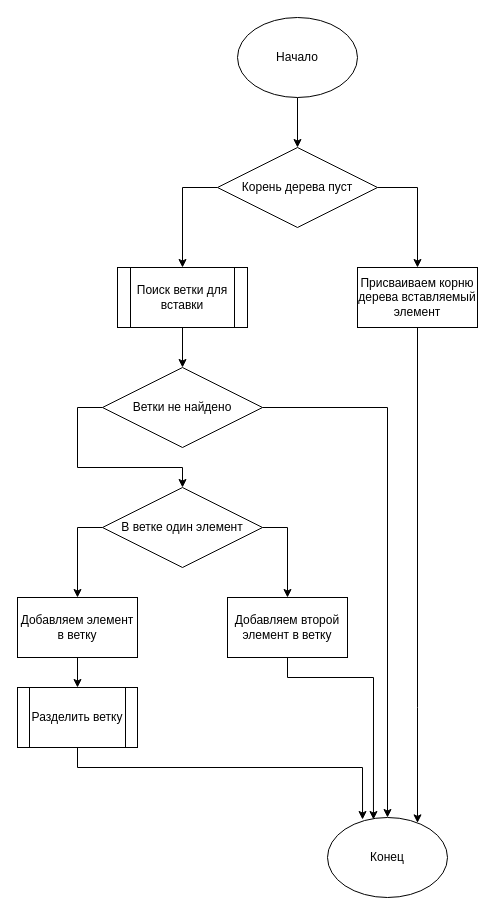
Above: Diograms/Insert.drawio in GREBIAR-Git/2-3Tree (draw.io), before the change. Source tidied: cells renumbered, new cells numbered last; positions are measured from the earlier drawing's top-left corner, leaving out a move shared by most shapes. Both pictures are drawn from the tidied source at 100%, with x=0, y=0 at pixel (17, 17).
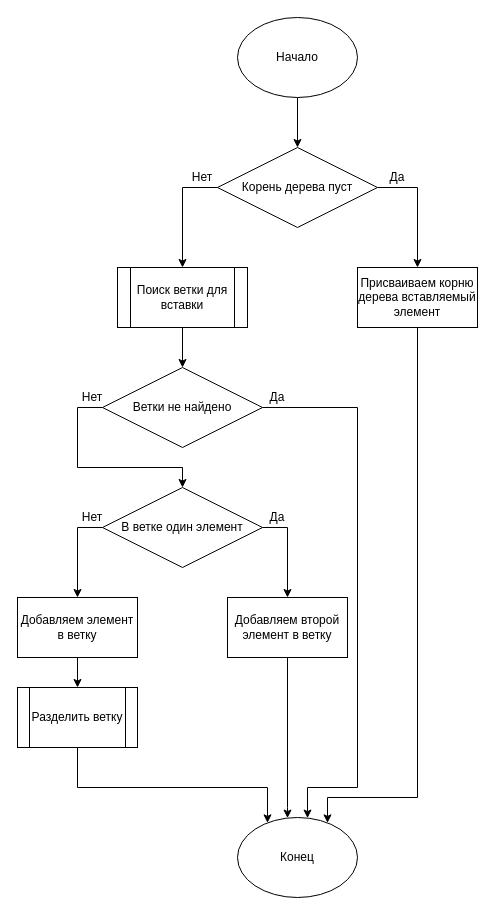
Above is the later version.

Unchanged cells that the change refers to:
```xml
<mxCell id="5" value="&lt;div&gt;Присваиваем корню дерева вставляемый элемент&lt;/div&gt;" style="rounded=0;whiteSpace=wrap;html=1;" parent="1" vertex="1">
  <mxGeometry x="340" y="250" width="120" height="60" as="geometry" />
</mxCell>
<mxCell id="13" value="Ветки не найдено" style="rhombus;whiteSpace=wrap;html=1;" parent="1" vertex="1">
  <mxGeometry x="85" y="350" width="160" height="80" as="geometry" />
</mxCell>
<mxCell id="20" value="Разделить ветку" style="shape=process;whiteSpace=wrap;html=1;backgroundOutline=1;" parent="1" vertex="1">
  <mxGeometry y="670" width="120" height="60" as="geometry" />
</mxCell>
<mxCell id="22" value="Добавляем второй элемент в ветку" style="rounded=0;whiteSpace=wrap;html=1;" parent="1" vertex="1">
  <mxGeometry x="210" y="580" width="120" height="60" as="geometry" />
</mxCell>
```

Change to the diagram source:
```diff
@@
     <mxCell id="4" style="edgeStyle=orthogonalEdgeStyle;rounded=0;jettySize=auto;html=1;" parent="1" edge="1" source="5" target="23">
       <mxGeometry relative="1" as="geometry">
         <Array as="points">
-          <mxPoint x="400" y="690" />
-          <mxPoint x="400" y="690" />
+          <mxPoint x="400" y="780" />
+          <mxPoint x="310" y="780" />
         </Array>
       </mxGeometry>
     </mxCell>
@@
     <mxCell id="12" style="edgeStyle=orthogonalEdgeStyle;rounded=0;jettySize=auto;html=1;" parent="1" edge="1" source="13" target="23">
       <mxGeometry relative="1" as="geometry">
         <Array as="points">
-          <mxPoint x="370" y="390" />
+          <mxPoint x="340" y="390" />
+          <mxPoint x="340" y="770" />
+          <mxPoint x="290" y="770" />
         </Array>
       </mxGeometry>
     </mxCell>
@@
-    <mxCell id="19" style="edgeStyle=orthogonalEdgeStyle;rounded=0;jettySize=auto;html=1;entryX=0.292;entryY=0.025;entryDx=0;entryDy=0;entryPerimeter=0;" parent="1" edge="1" source="20" target="23">
+    <mxCell id="19" style="edgeStyle=orthogonalEdgeStyle;rounded=0;jettySize=auto;html=1;" parent="1" edge="1" source="20" target="23">
       <mxGeometry relative="1" as="geometry">
         <Array as="points">
-          <mxPoint x="60" y="750" />
-          <mxPoint x="345" y="750" />
+          <mxPoint x="60" y="770" />
+          <mxPoint x="250" y="770" />
         </Array>
       </mxGeometry>
     </mxCell>
@@
-    <mxCell id="21" style="edgeStyle=orthogonalEdgeStyle;rounded=0;jettySize=auto;html=1;entryX=0.383;entryY=0.025;entryDx=0;entryDy=0;entryPerimeter=0;" parent="1" edge="1" source="22" target="23">
+    <mxCell id="21" style="edgeStyle=orthogonalEdgeStyle;rounded=0;jettySize=auto;html=1;" parent="1" edge="1" source="22" target="23">
       <mxGeometry relative="1" as="geometry">
         <Array as="points">
-          <mxPoint x="270" y="660" />
-          <mxPoint x="356" y="660" />
+          <mxPoint x="270" y="790" />
+          <mxPoint x="270" y="790" />
         </Array>
       </mxGeometry>
     </mxCell>
@@
     <mxCell id="23" value="Конец" style="ellipse;whiteSpace=wrap;html=1;" parent="1" vertex="1">
-      <mxGeometry x="310" y="800" width="120" height="80" as="geometry" />
+      <mxGeometry x="220" y="800" width="120" height="80" as="geometry" />
     </mxCell>
+    <mxCell id="24" value="Нет" style="text;html=1;strokeColor=none;fillColor=none;align=center;verticalAlign=middle;whiteSpace=wrap;rounded=0;" parent="1" vertex="1">
+      <mxGeometry x="160" y="150" width="50" height="20" as="geometry" />
+    </mxCell>
+    <mxCell id="25" value="Да" style="text;html=1;strokeColor=none;fillColor=none;align=center;verticalAlign=middle;whiteSpace=wrap;rounded=0;" parent="1" vertex="1">
+      <mxGeometry x="360" y="150" width="40" height="20" as="geometry" />
+    </mxCell>
+    <mxCell id="26" value="Да" style="text;html=1;strokeColor=none;fillColor=none;align=center;verticalAlign=middle;whiteSpace=wrap;rounded=0;" parent="1" vertex="1">
+      <mxGeometry x="240" y="370" width="40" height="20" as="geometry" />
+    </mxCell>
+    <mxCell id="27" value="Да" style="text;html=1;strokeColor=none;fillColor=none;align=center;verticalAlign=middle;whiteSpace=wrap;rounded=0;" parent="1" vertex="1">
+      <mxGeometry x="240" y="490" width="40" height="20" as="geometry" />
+    </mxCell>
+    <mxCell id="28" value="Нет" style="text;html=1;strokeColor=none;fillColor=none;align=center;verticalAlign=middle;whiteSpace=wrap;rounded=0;" parent="1" vertex="1">
+      <mxGeometry x="50" y="370" width="50" height="20" as="geometry" />
+    </mxCell>
+    <mxCell id="29" value="Нет" style="text;html=1;strokeColor=none;fillColor=none;align=center;verticalAlign=middle;whiteSpace=wrap;rounded=0;" parent="1" vertex="1">
+      <mxGeometry x="50" y="490" width="50" height="20" as="geometry" />
+    </mxCell>
```
